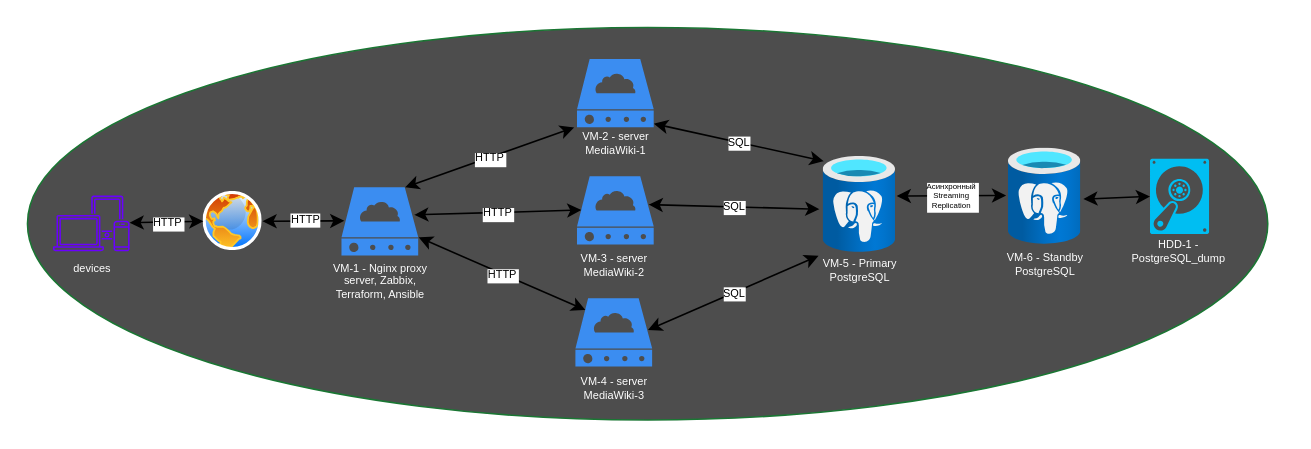
This is Solution/Schema files/1.1. MediaWiki_app_schema.drawio from vepsong/MediaWiki-Doc-Management-Service, a draw.io file, before an edit. Source tidied: cells renumbered, new cells numbered last; positions are measured from the earlier drawing's top-left corner, leaving out a move shared by most shapes. Both pictures are drawn from the tidied source at 157%, with x=0, y=0 at pixel (27, 27).
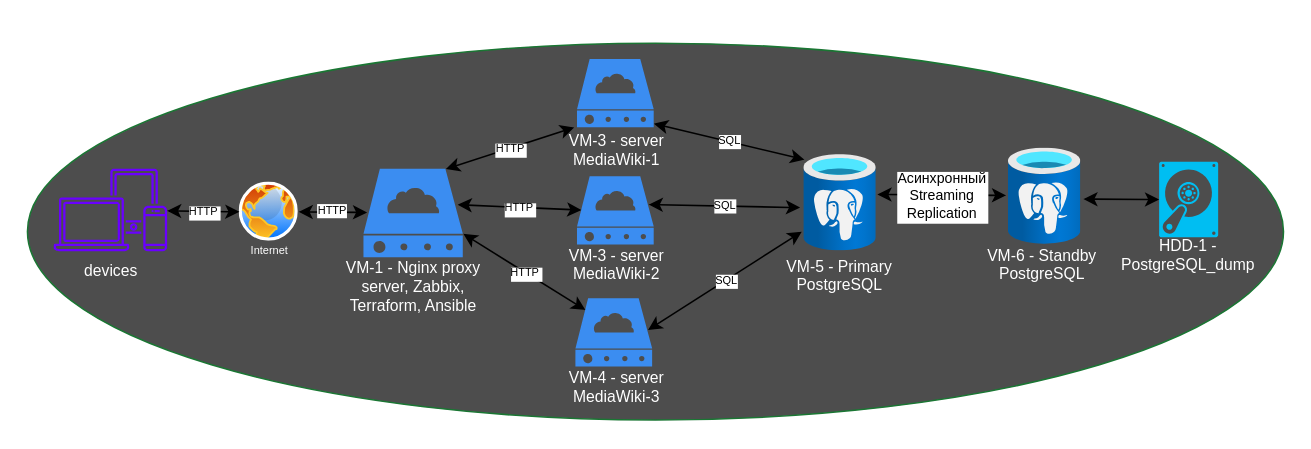
The same diagram, later.

The change refers to these unchanged cells:
```xml
<mxCell id="3" style="edgeStyle=none;html=1;exitX=-0.036;exitY=0.489;exitDx=0;exitDy=0;startArrow=classic;startFill=1;exitPerimeter=0;entryX=1.012;entryY=0.411;entryDx=0;entryDy=0;entryPerimeter=0;fontSize=11;strokeColor=#000000;" parent="1" edge="1" source="16" target="33">
  <mxGeometry relative="1" as="geometry" />
</mxCell>
<mxCell id="29" style="sketch=0;html=1;strokeColor=none;shadow=0;align=center;verticalAlign=top;fillColor=#3B8DF1;shape=mxgraph.gcp2.cloud_server;" parent="1" vertex="1">
  <mxGeometry x="349" y="172.5" width="48.9" height="43.5" as="geometry" />
</mxCell>
```

Change to the diagram source:
```diff
@@
     <mxCell id="2" style="ellipse;whiteSpace=wrap;html=1;fontSize=10;fillColor=#4D4D4D;fontColor=#ffffff;strokeColor=#1A7633;" parent="1" vertex="1">
-      <mxGeometry width="790" height="250" as="geometry" />
+      <mxGeometry y="10" width="800" height="240" as="geometry" />
     </mxCell>
@@
-    <mxCell id="4" value="Асинхронный&#10;Streaming&#10;Replication" style="edgeLabel;align=center;verticalAlign=middle;fontSize=5;spacing=2;rotation=0;labelBorderColor=none;" parent="3" vertex="1">
+    <mxCell id="4" value="Асинхронный&#10;Streaming&#10;Replication" style="edgeLabel;align=center;verticalAlign=middle;fontSize=9;spacing=2;rotation=0;labelBorderColor=none;" parent="3" vertex="1">
       <mxGeometry relative="1" as="geometry" />
     </mxCell>
@@
     <mxCell id="7" style="verticalLabelPosition=bottom;html=1;verticalAlign=top;align=center;strokeColor=none;fillColor=#00BEF2;shape=mxgraph.azure.vhd;" parent="1" vertex="1">
-      <mxGeometry x="715" y="83.6" width="37.6" height="48" as="geometry" />
+      <mxGeometry x="720.8" y="85.6" width="37.6" height="48" as="geometry" />
     </mxCell>
@@
     <mxCell id="9" style="perimeter=ellipsePerimeter;html=1;align=center;shadow=0;dashed=0;spacingTop=3;image;image=img/lib/active_directory/internet_globe.svg;" parent="1" vertex="1">
-      <mxGeometry x="112" y="104.6" width="37.7" height="37.7" as="geometry" />
+      <mxGeometry x="135" y="98.6" width="37.7" height="37.7" as="geometry" />
     </mxCell>
@@
-    <mxCell id="17" value="&lt;font color=&quot;#ffffff&quot; style=&quot;font-size: 7px;&quot;&gt;VM-5 - Primary PostgreSQL&lt;/font&gt;" style="text;strokeColor=none;align=center;fillColor=none;html=1;verticalAlign=middle;whiteSpace=wrap;rounded=0;fontSize=7;" parent="1" vertex="1">
-      <mxGeometry x="494.7" y="143.6" width="70.7" height="22.3" as="geometry" />
-    </mxCell>
-    <mxCell id="18" value="&lt;font color=&quot;#ffffff&quot; style=&quot;font-size: 7px;&quot;&gt;VM-6 - Standby PostgreSQL&lt;/font&gt;" style="text;strokeColor=none;align=center;fillColor=none;html=1;verticalAlign=middle;whiteSpace=wrap;rounded=0;fontSize=7;" parent="1" vertex="1">
-      <mxGeometry x="612.7" y="139.6" width="70.7" height="22.3" as="geometry" />
+    <mxCell id="18" value="&lt;font color=&quot;#ffffff&quot; style=&quot;font-size: 10px;&quot;&gt;VM-6 - Standby PostgreSQL&lt;/font&gt;" style="text;strokeColor=none;align=center;fillColor=none;html=1;verticalAlign=middle;whiteSpace=wrap;rounded=0;fontSize=10;" parent="1" vertex="1">
+      <mxGeometry x="610" y="139.6" width="73.4" height="22.2" as="geometry" />
     </mxCell>
-    <mxCell id="19" value="&lt;font color=&quot;#ffffff&quot; style=&quot;font-size: 7px;&quot;&gt;HDD-1 - PostgreSQL_dump&lt;/font&gt;" style="text;strokeColor=none;align=center;fillColor=none;html=1;verticalAlign=middle;whiteSpace=wrap;rounded=0;fontSize=7;" parent="1" vertex="1">
-      <mxGeometry x="694.2" y="131.6" width="79.2" height="22.3" as="geometry" />
+    <mxCell id="19" value="&lt;font color=&quot;#ffffff&quot; style=&quot;font-size: 10px;&quot;&gt;HDD-1 - PostgreSQL_dump&lt;/font&gt;" style="text;strokeColor=none;align=center;fillColor=none;html=1;verticalAlign=middle;whiteSpace=wrap;rounded=0;fontSize=10;" parent="1" vertex="1">
+      <mxGeometry x="700" y="133.6" width="79.2" height="22.3" as="geometry" />
     </mxCell>
-    <mxCell id="20" value="&lt;font color=&quot;#ffffff&quot; style=&quot;font-size: 7px;&quot;&gt;devices&lt;/font&gt;" style="sketch=0;outlineConnect=0;dashed=0;verticalLabelPosition=bottom;verticalAlign=top;align=center;html=1;fontSize=7;fontStyle=0;shape=mxgraph.aws4.illustration_devices;fillColor=#6a00ff;strokeColor=#3700CC;fontColor=#ffffff;" parent="1" vertex="1">
-      <mxGeometry x="15.3" y="107.1" width="50.7" height="35.5" as="geometry" />
+    <mxCell id="20" value="&lt;font color=&quot;#ffffff&quot; style=&quot;font-size: 10px;&quot;&gt;devices&lt;/font&gt;" style="sketch=0;outlineConnect=0;dashed=0;verticalLabelPosition=bottom;verticalAlign=top;align=center;html=1;fontSize=7;fontStyle=0;shape=mxgraph.aws4.illustration_devices;fillColor=#6a00ff;strokeColor=#3700CC;fontColor=#ffffff;" parent="1" vertex="1">
+      <mxGeometry x="15.3" y="90" width="75.1" height="52.5" as="geometry" />
     </mxCell>
@@
-    <mxCell id="22" value="&lt;p style=&quot;line-height: 120%; font-size: 7px;&quot;&gt;&lt;font color=&quot;#ffffff&quot; style=&quot;font-size: 7px;&quot;&gt;VM-2 - server MediaWiki-1&lt;/font&gt;&lt;/p&gt;" style="text;strokeColor=none;align=center;fillColor=none;html=1;verticalAlign=middle;whiteSpace=wrap;rounded=0;fontSize=7;" parent="1" vertex="1">
-      <mxGeometry x="351" y="63.6" width="47.9" height="20" as="geometry" />
-    </mxCell>
-    <mxCell id="23" value="&lt;font style=&quot;font-size: 7px;&quot; color=&quot;#ffffff&quot;&gt;VM-1 - Nginx proxy server, Zabbix, Terraform, Ansible&lt;/font&gt;" style="text;strokeColor=none;align=center;fillColor=none;html=1;verticalAlign=middle;whiteSpace=wrap;rounded=0;fontSize=7;" parent="1" vertex="1">
-      <mxGeometry x="191.6" y="142.5" width="65.8" height="38.1" as="geometry" />
+    <mxCell id="23" value="&lt;font style=&quot;font-size: 10px;&quot; color=&quot;#ffffff&quot;&gt;VM-1 - Nginx proxy server, Zabbix, Terraform, Ansible&lt;/font&gt;" style="text;strokeColor=none;align=center;fillColor=none;html=1;verticalAlign=middle;whiteSpace=wrap;rounded=0;fontSize=10;glass=0;shadow=0;strokeWidth=1;" parent="1" vertex="1">
+      <mxGeometry x="200.8" y="146.4" width="89.8" height="38.1" as="geometry" />
     </mxCell>
     <mxCell id="24" style="sketch=0;html=1;strokeColor=none;shadow=0;align=center;verticalAlign=top;fillColor=#3B8DF1;shape=mxgraph.gcp2.cloud_server;" parent="1" vertex="1">
-      <mxGeometry x="200" y="101.7" width="48.9" height="43.5" as="geometry" />
+      <mxGeometry x="214" y="90" width="63.3" height="56.4" as="geometry" />
     </mxCell>
@@
-    <mxCell id="26" value="&lt;p style=&quot;line-height: 120%; font-size: 7px;&quot;&gt;&lt;font color=&quot;#ffffff&quot; style=&quot;font-size: 7px;&quot;&gt;VM-3 - server MediaWiki-2&lt;/font&gt;&lt;/p&gt;" style="text;strokeColor=none;align=center;fillColor=none;html=1;verticalAlign=middle;whiteSpace=wrap;rounded=0;fontSize=7;" parent="1" vertex="1">
-      <mxGeometry x="350" y="141.8" width="47.9" height="20" as="geometry" />
-    </mxCell>
@@
-    <mxCell id="30" value="&lt;p style=&quot;line-height: 120%; font-size: 7px;&quot;&gt;&lt;font color=&quot;#ffffff&quot; style=&quot;font-size: 7px;&quot;&gt;VM-4 - server MediaWiki-3&lt;/font&gt;&lt;/p&gt;" style="text;strokeColor=none;align=center;fillColor=none;html=1;verticalAlign=middle;whiteSpace=wrap;rounded=0;fontSize=7;" parent="1" vertex="1">
-      <mxGeometry x="349.5" y="220" width="47.9" height="20" as="geometry" />
+    <mxCell id="30" value="&lt;p style=&quot;line-height: 120%; font-size: 10px;&quot;&gt;&lt;font color=&quot;#ffffff&quot; style=&quot;font-size: 10px;&quot;&gt;VM-4 - server MediaWiki-3&lt;/font&gt;&lt;/p&gt;" style="text;strokeColor=none;align=center;fillColor=none;html=1;verticalAlign=middle;whiteSpace=wrap;rounded=0;fontSize=10;" parent="1" vertex="1">
+      <mxGeometry x="339.7" y="219" width="70.5" height="20" as="geometry" />
     </mxCell>
@@
     <mxCell id="33" style="html=1;points=[];align=center;image;fontSize=12;image=img/lib/azure2/databases/Azure_Database_PostgreSQL_Server.svg;" parent="1" vertex="1">
-      <mxGeometry x="507" y="82.1" width="46.1" height="61.5" as="geometry" />
+      <mxGeometry x="494.7" y="81.1" width="46.1" height="61.5" as="geometry" />
     </mxCell>
@@
-    <mxCell id="36" style="edgeStyle=none;exitX=0.946;exitY=0.464;exitDx=0;exitDy=0;startArrow=classic;startFill=1;exitPerimeter=0;entryX=-0.068;entryY=1.03;entryDx=0;entryDy=0;entryPerimeter=0;strokeColor=#000000;html=1;" parent="1" edge="1" source="29" target="33">
+    <mxCell id="36" style="edgeStyle=none;exitX=0.946;exitY=0.464;exitDx=0;exitDy=0;startArrow=classic;startFill=1;exitPerimeter=0;strokeColor=#000000;html=1;entryX=-0.033;entryY=0.796;entryDx=0;entryDy=0;entryPerimeter=0;" parent="1" edge="1" source="29" target="33">
       <mxGeometry relative="1" as="geometry" />
     </mxCell>
@@
+    <mxCell id="38" value="&lt;font style=&quot;font-size: 7px;&quot; color=&quot;#ffffff&quot;&gt;Internet&lt;/font&gt;" style="text;strokeColor=none;align=center;fillColor=none;html=1;verticalAlign=middle;whiteSpace=wrap;rounded=0;fontSize=7;" parent="1" vertex="1">
+      <mxGeometry x="137.5" y="135.4" width="32.7" height="14.7" as="geometry" />
+    </mxCell>
+    <mxCell id="26" value="&lt;p style=&quot;line-height: 120%; font-size: 10px;&quot;&gt;&lt;font color=&quot;#ffffff&quot; style=&quot;font-size: 10px;&quot;&gt;VM-3 - server MediaWiki-2&lt;/font&gt;&lt;/p&gt;" style="text;strokeColor=none;align=center;fillColor=none;html=1;verticalAlign=middle;whiteSpace=wrap;rounded=0;fontSize=10;" parent="1" vertex="1">
+      <mxGeometry x="339.7" y="140.7" width="70.5" height="20" as="geometry" />
+    </mxCell>
+    <mxCell id="39" value="&lt;p style=&quot;line-height: 120%; font-size: 10px;&quot;&gt;&lt;font color=&quot;#ffffff&quot; style=&quot;font-size: 10px;&quot;&gt;VM-3 - server MediaWiki-1&lt;/font&gt;&lt;/p&gt;" style="text;strokeColor=none;align=center;fillColor=none;html=1;verticalAlign=middle;whiteSpace=wrap;rounded=0;fontSize=10;" parent="1" vertex="1">
+      <mxGeometry x="339.7" y="68" width="70.5" height="20" as="geometry" />
+    </mxCell>
+    <mxCell id="17" value="&lt;font color=&quot;#ffffff&quot; style=&quot;font-size: 10px;&quot;&gt;VM-5 - Primary PostgreSQL&lt;/font&gt;" style="text;strokeColor=none;align=center;fillColor=none;html=1;verticalAlign=middle;whiteSpace=wrap;rounded=0;fontSize=10;" parent="1" vertex="1">
+      <mxGeometry x="482.3" y="146.4" width="70.7" height="22.3" as="geometry" />
+    </mxCell>
```
